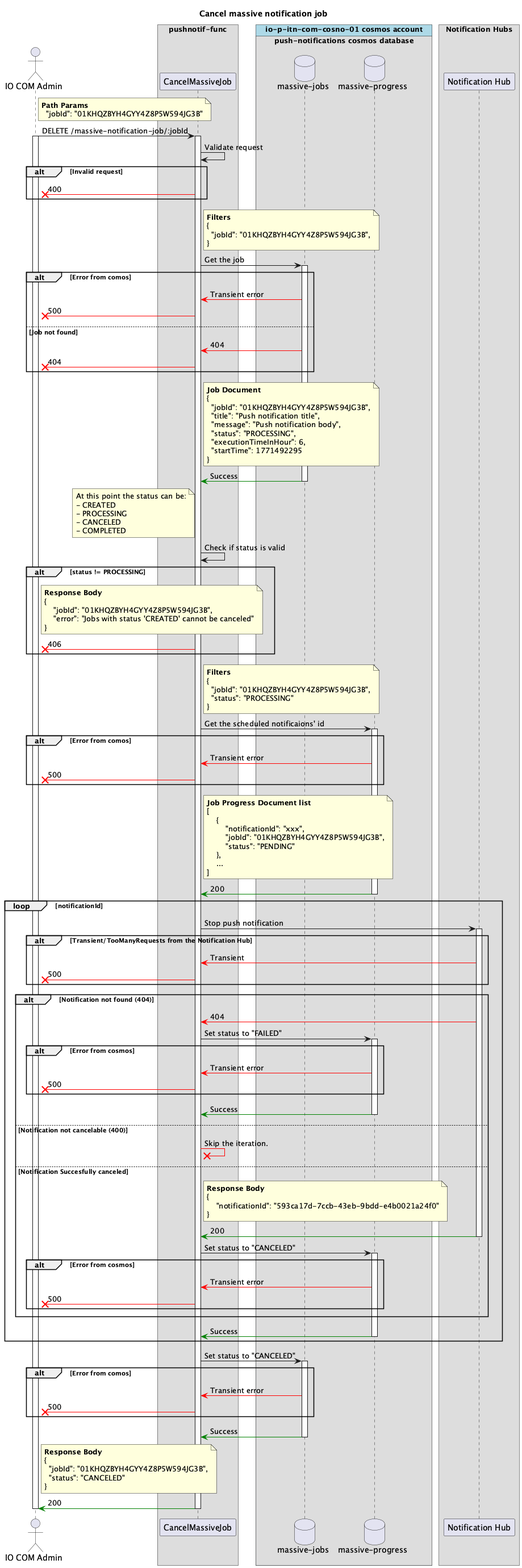
pagopa/io-messages keeps this PlantUML diagram as apps/pushnotif-func/docs/png/cancel-massive-job.png. Above is the earlier version.
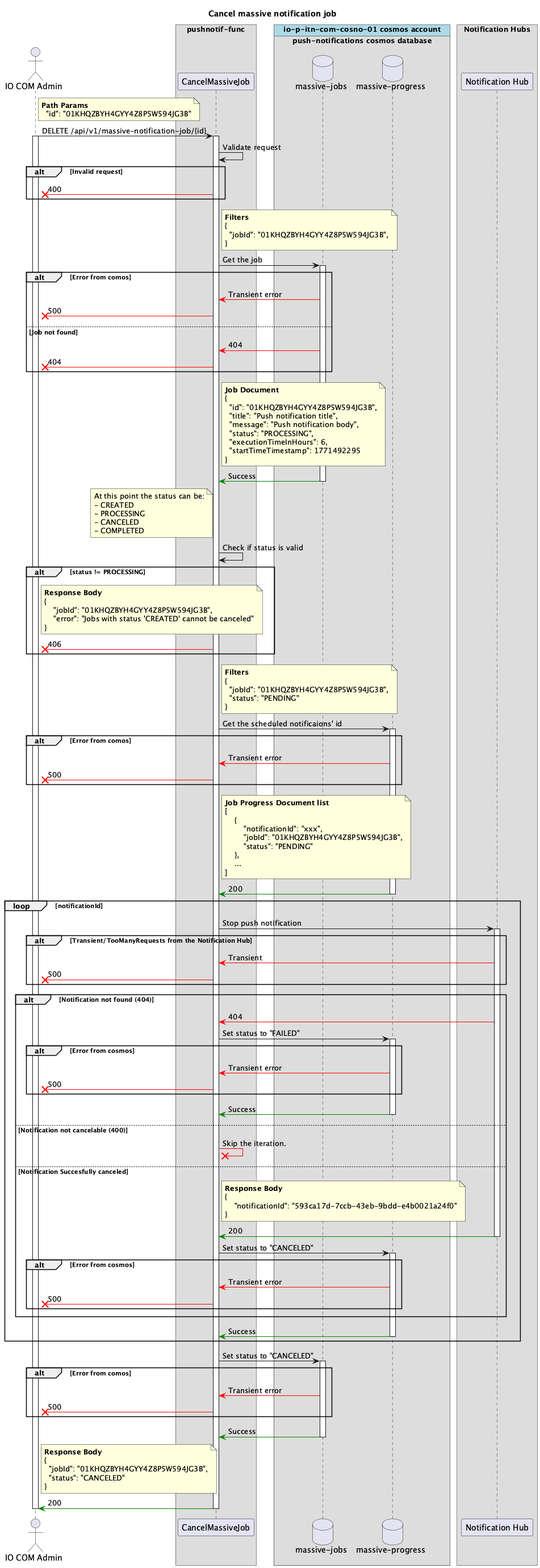
The same file after the commit.

Commit message:
Update massive notification job diagrams

What changed in the source:
```diff
@@ -22,9 +22,9 @@
 
 note right of admin
   **Path Params**
-    "jobId": "01KHQZBYH4GYY4Z8P5W594JG3B"
+    "id": "01KHQZBYH4GYY4Z8P5W594JG3B"
 end note
-admin -> httpfunc : DELETE /massive-notification-job/:jobId
+admin -> httpfunc : DELETE /api/v1/massive-notification-job/{id}
 activate admin
 activate httpfunc
 
@@ -55,12 +55,12 @@
 note right of httpfunc
   **Job Document**
   {
-    "jobId": "01KHQZBYH4GYY4Z8P5W594JG3B",
+    "id": "01KHQZBYH4GYY4Z8P5W594JG3B",
     "title": "Push notification title",
     "message": "Push notification body",
     "status": "PROCESSING",
-    "executionTimeInHour": 6,
-    "startTime": 1771492295
+    "executionTimeInHours": 6,
+    "startTimeTimestamp": 1771492295
   }
 end note
 mnj -[#green]> httpfunc : Success
@@ -89,7 +89,7 @@
   **Filters**
   {
     "jobId": "01KHQZBYH4GYY4Z8P5W594JG3B",
-    "status": "PROCESSING"
+    "status": "PENDING"
   }
 end note
 httpfunc -> mnjp : Get the scheduled notificaions' id
```
